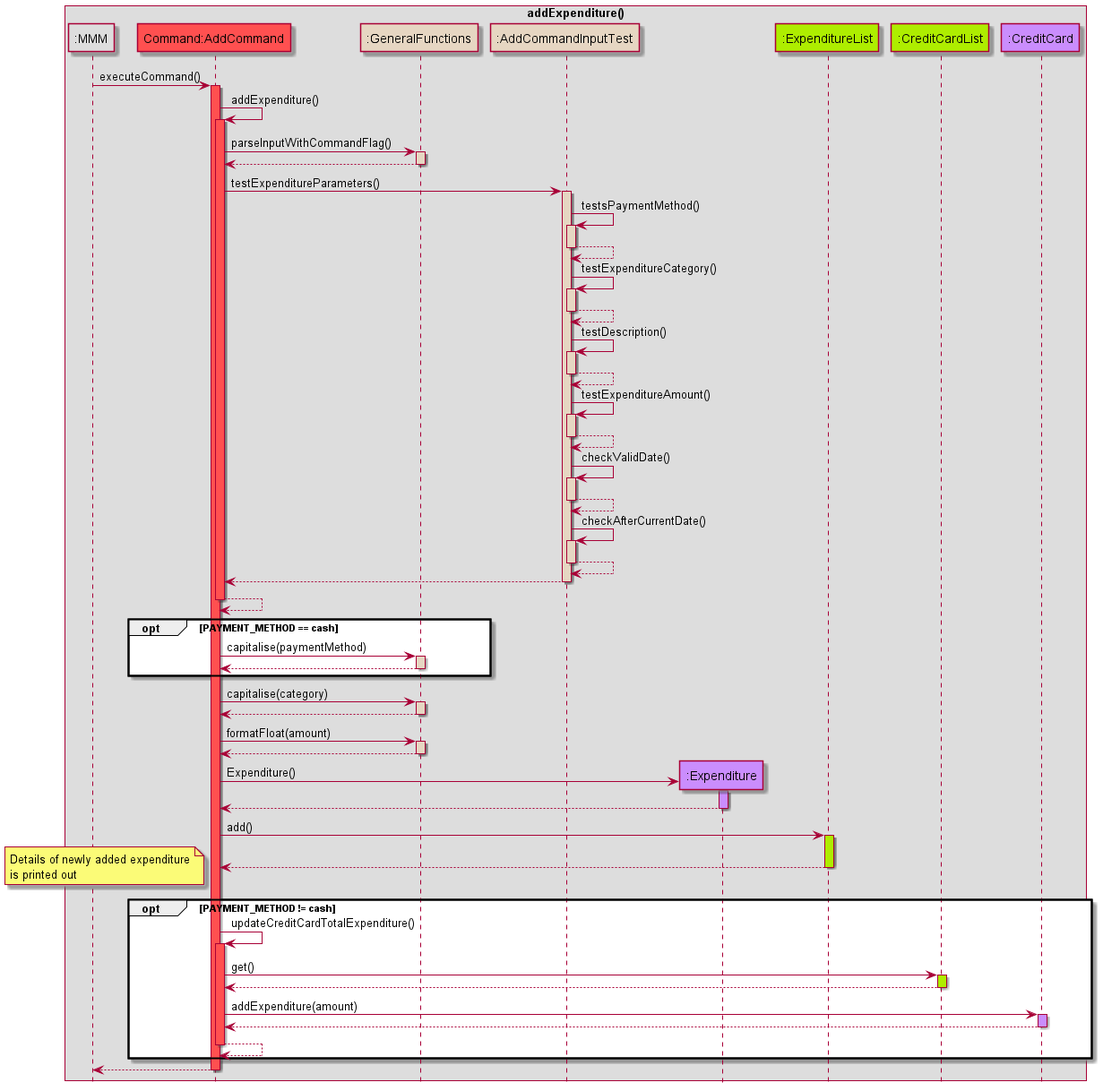
This is docs/images/Add_Expenditure_Command_Sequence_Diagram.png from nus-cs2113-AY2122S2/tp, a PlantUML export, as it was before one commit.
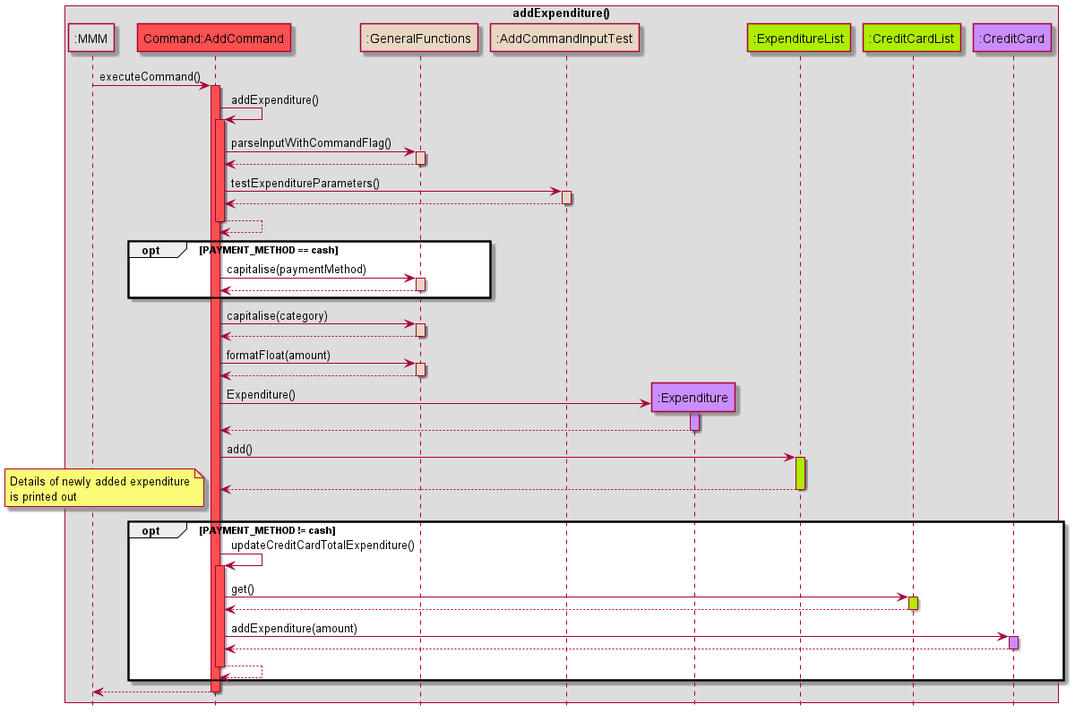
Above is the later version.

Change to the diagram source:
```diff
@@ -27,37 +27,6 @@
 
 AddCommand -> AddCommandInputTest: testExpenditureParameters()
 activate AddCommandInputTest HELPER_COLOUR
-
-AddCommandInputTest -> AddCommandInputTest: testsPaymentMethod()
-activate AddCommandInputTest HELPER_COLOUR
-AddCommandInputTest --> AddCommandInputTest
-deactivate AddCommandInputTest
-
-AddCommandInputTest -> AddCommandInputTest: testExpenditureCategory()
-activate AddCommandInputTest HELPER_COLOUR
-AddCommandInputTest --> AddCommandInputTest
-deactivate AddCommandInputTest
-
-AddCommandInputTest -> AddCommandInputTest: testDescription()
-activate AddCommandInputTest HELPER_COLOUR
-AddCommandInputTest --> AddCommandInputTest
-deactivate AddCommandInputTest
-
-AddCommandInputTest -> AddCommandInputTest: testExpenditureAmount()
-activate AddCommandInputTest HELPER_COLOUR
-AddCommandInputTest --> AddCommandInputTest
-deactivate AddCommandInputTest
-
-AddCommandInputTest -> AddCommandInputTest: checkValidDate()
-activate AddCommandInputTest HELPER_COLOUR
-AddCommandInputTest --> AddCommandInputTest
-deactivate AddCommandInputTest
-
-AddCommandInputTest -> AddCommandInputTest: checkAfterCurrentDate()
-activate AddCommandInputTest HELPER_COLOUR
-AddCommandInputTest --> AddCommandInputTest
-deactivate AddCommandInputTest
-
 
 AddCommandInputTest --> AddCommand
 deactivate AddCommandInputTest
@@ -115,7 +84,6 @@
 
 end
 
-
 AddCommand --> MMM
 deactivate AddCommand
 @enduml
```
